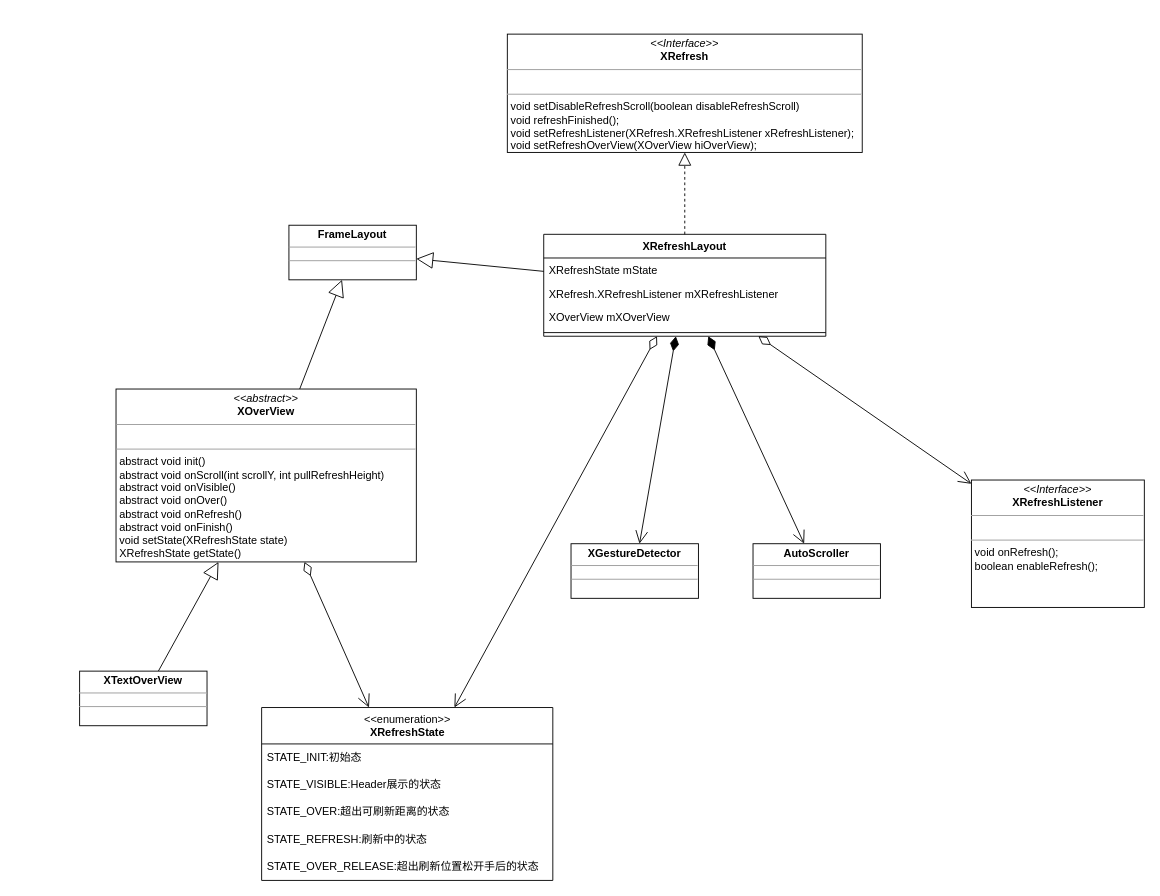
Above: XRefresh类图.drawio in ColonelDarcy2018/excelsior (draw.io), before the change. Source tidied: cells renumbered, new cells numbered last; positions are measured from the earlier drawing's top-left corner, leaving out a move shared by most shapes. Both pictures are drawn from the tidied source at 91%, with x=0, y=0 at pixel (79, 34).
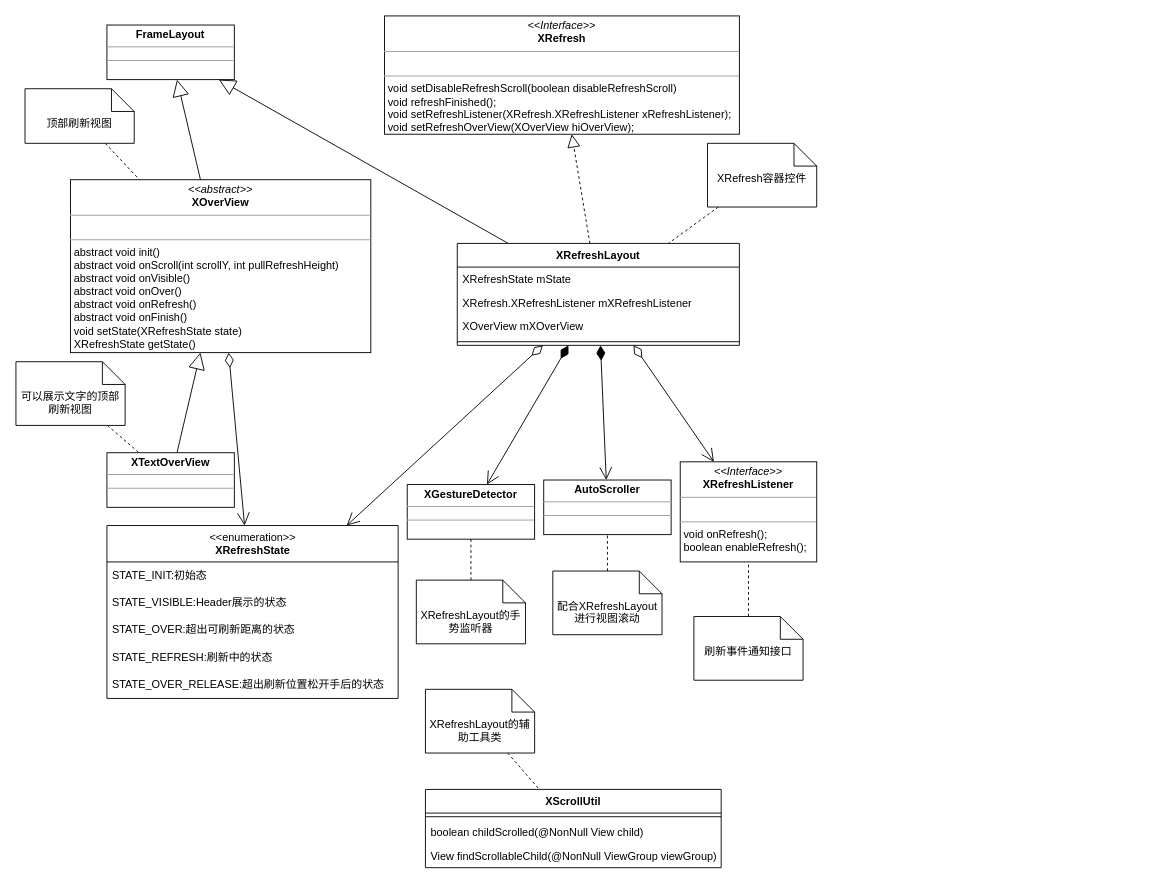
The same page after the edit.

The edit, as a diff of the source:
```diff
@@
     <mxCell id="2" value="&lt;p style=&quot;margin: 0px ; margin-top: 4px ; text-align: center&quot;&gt;&lt;i&gt;&amp;lt;&amp;lt;abstract&amp;gt;&amp;gt;&lt;/i&gt;&lt;br&gt;&lt;b&gt;XOverView&lt;/b&gt;&lt;br&gt;&lt;/p&gt;&lt;hr size=&quot;1&quot;&gt;&lt;p style=&quot;margin: 0px ; margin-left: 4px&quot;&gt;&lt;br&gt;&lt;/p&gt;&lt;hr size=&quot;1&quot;&gt;&lt;p style=&quot;margin: 0px ; margin-left: 4px&quot;&gt;abstract void init()&lt;/p&gt;&lt;p style=&quot;margin: 0px ; margin-left: 4px&quot;&gt;abstract void onScroll(int scrollY, int pullRefreshHeight)&lt;/p&gt;&lt;p style=&quot;margin: 0px ; margin-left: 4px&quot;&gt;abstract void onVisible()&lt;br&gt;&lt;/p&gt;&lt;p style=&quot;margin: 0px ; margin-left: 4px&quot;&gt;abstract void onOver()&lt;br&gt;&lt;/p&gt;&lt;p style=&quot;margin: 0px ; margin-left: 4px&quot;&gt;abstract void onRefresh()&lt;br&gt;&lt;/p&gt;&lt;p style=&quot;margin: 0px ; margin-left: 4px&quot;&gt;abstract void onFinish()&lt;br&gt;&lt;/p&gt;&lt;p style=&quot;margin: 0px ; margin-left: 4px&quot;&gt;void setState(XRefreshState state)&lt;br&gt;&lt;/p&gt;&lt;p style=&quot;margin: 0px ; margin-left: 4px&quot;&gt;XRefreshState getState()&lt;br&gt;&lt;/p&gt;&lt;p style=&quot;margin: 0px ; margin-left: 4px&quot;&gt;&lt;br&gt;&lt;/p&gt;" style="verticalAlign=top;align=left;overflow=fill;fontSize=12;fontFamily=Helvetica;html=1;" parent="1" vertex="1">
-      <mxGeometry x="40" y="390" width="330" height="190" as="geometry" />
+      <mxGeometry x="-10" y="160" width="330" height="190" as="geometry" />
     </mxCell>
@@
     <mxCell id="4" value="&amp;lt;&amp;lt;enumeration&amp;gt;&amp;gt;&lt;br&gt;&lt;b&gt;XRefreshState&lt;/b&gt;" style="swimlane;fontStyle=0;align=center;verticalAlign=top;horizontal=1;startSize=40;html=1;" parent="1" vertex="1">
-      <mxGeometry x="200" y="740" width="320" height="190" as="geometry" />
+      <mxGeometry x="30" y="540" width="320" height="190" as="geometry" />
     </mxCell>
@@
     <mxCell id="11" value="XRefreshLayout" style="swimlane;fontStyle=1;align=center;verticalAlign=top;horizontal=1;startSize=26;" parent="1" vertex="1">
-      <mxGeometry x="510" y="220" width="310" height="112" as="geometry" />
+      <mxGeometry x="415" y="230" width="310" height="112" as="geometry" />
     </mxCell>
@@
     <mxCell id="17" value="&lt;p style=&quot;margin: 0px ; margin-top: 4px ; text-align: center&quot;&gt;&lt;b&gt;XGestureDetector&lt;/b&gt;&lt;br&gt;&lt;/p&gt;&lt;hr size=&quot;1&quot;&gt;&lt;div style=&quot;height: 2px&quot;&gt;&lt;/div&gt;&lt;hr size=&quot;1&quot;&gt;&lt;div style=&quot;height: 2px&quot;&gt;&lt;/div&gt;" style="verticalAlign=top;align=left;overflow=fill;fontSize=12;fontFamily=Helvetica;html=1;" parent="1" vertex="1">
-      <mxGeometry x="540" y="560" width="140" height="60" as="geometry" />
+      <mxGeometry x="360" y="495" width="140" height="60" as="geometry" />
     </mxCell>
     <mxCell id="18" value="&lt;p style=&quot;margin: 0px ; margin-top: 4px ; text-align: center&quot;&gt;&lt;b&gt;XTextOverView&lt;/b&gt;&lt;br&gt;&lt;/p&gt;&lt;hr size=&quot;1&quot;&gt;&lt;div style=&quot;height: 2px&quot;&gt;&lt;/div&gt;&lt;hr size=&quot;1&quot;&gt;&lt;div style=&quot;height: 2px&quot;&gt;&lt;/div&gt;" style="verticalAlign=top;align=left;overflow=fill;fontSize=12;fontFamily=Helvetica;html=1;" parent="1" vertex="1">
-      <mxGeometry y="700" width="140" height="60" as="geometry" />
+      <mxGeometry x="30" y="460" width="140" height="60" as="geometry" />
     </mxCell>
@@
     <mxCell id="20" value="&lt;p style=&quot;margin: 0px ; margin-top: 4px ; text-align: center&quot;&gt;&lt;b&gt;AutoScroller&lt;/b&gt;&lt;br&gt;&lt;/p&gt;&lt;hr size=&quot;1&quot;&gt;&lt;div style=&quot;height: 2px&quot;&gt;&lt;/div&gt;&lt;hr size=&quot;1&quot;&gt;&lt;div style=&quot;height: 2px&quot;&gt;&lt;/div&gt;" style="verticalAlign=top;align=left;overflow=fill;fontSize=12;fontFamily=Helvetica;html=1;" parent="1" vertex="1">
-      <mxGeometry x="740" y="560" width="140" height="60" as="geometry" />
+      <mxGeometry x="510" y="490" width="140" height="60" as="geometry" />
     </mxCell>
@@
     <mxCell id="22" value="&lt;p style=&quot;margin: 0px ; margin-top: 4px ; text-align: center&quot;&gt;&lt;i&gt;&amp;lt;&amp;lt;Interface&amp;gt;&amp;gt;&lt;/i&gt;&lt;br&gt;&lt;b&gt;XRefreshListener&lt;/b&gt;&lt;br&gt;&lt;/p&gt;&lt;hr size=&quot;1&quot;&gt;&lt;p style=&quot;margin: 0px ; margin-left: 4px&quot;&gt;&lt;br&gt;&lt;/p&gt;&lt;hr size=&quot;1&quot;&gt;&lt;p style=&quot;margin: 0px ; margin-left: 4px&quot;&gt;void onRefresh();&lt;br&gt;boolean enableRefresh();&lt;/p&gt;" style="verticalAlign=top;align=left;overflow=fill;fontSize=12;fontFamily=Helvetica;html=1;" parent="1" vertex="1">
-      <mxGeometry x="980" y="490" width="190" height="140" as="geometry" />
+      <mxGeometry x="660" y="470" width="150" height="110" as="geometry" />
     </mxCell>
@@
     <mxCell id="24" value="&lt;p style=&quot;margin: 0px ; margin-top: 4px ; text-align: center&quot;&gt;&lt;i&gt;&amp;lt;&amp;lt;Interface&amp;gt;&amp;gt;&lt;/i&gt;&lt;br&gt;&lt;b&gt;XRefresh&lt;/b&gt;&lt;br&gt;&lt;/p&gt;&lt;hr size=&quot;1&quot;&gt;&lt;p style=&quot;margin: 0px ; margin-left: 4px&quot;&gt;&lt;br&gt;&lt;/p&gt;&lt;hr size=&quot;1&quot;&gt;&lt;p style=&quot;margin: 0px ; margin-left: 4px&quot;&gt;void setDisableRefreshScroll(boolean disableRefreshScroll)&lt;br&gt;void refreshFinished();&lt;/p&gt;&lt;p style=&quot;margin: 0px ; margin-left: 4px&quot;&gt;void setRefreshListener(XRefresh.XRefreshListener xRefreshListener);&lt;br&gt;&lt;/p&gt;&lt;p style=&quot;margin: 0px ; margin-left: 4px&quot;&gt;void setRefreshOverView(XOverView hiOverView);&lt;br&gt;&lt;/p&gt;" style="verticalAlign=top;align=left;overflow=fill;fontSize=12;fontFamily=Helvetica;html=1;" parent="1" vertex="1">
-      <mxGeometry x="470" width="390" height="130" as="geometry" />
+      <mxGeometry x="335" y="-20" width="390" height="130" as="geometry" />
     </mxCell>
@@
     <mxCell id="26" value="&lt;p style=&quot;margin: 0px ; margin-top: 4px ; text-align: center&quot;&gt;&lt;b&gt;FrameLayout&lt;/b&gt;&lt;br&gt;&lt;/p&gt;&lt;hr size=&quot;1&quot;&gt;&lt;div style=&quot;height: 2px&quot;&gt;&lt;/div&gt;&lt;hr size=&quot;1&quot;&gt;&lt;div style=&quot;height: 2px&quot;&gt;&lt;/div&gt;" style="verticalAlign=top;align=left;overflow=fill;fontSize=12;fontFamily=Helvetica;html=1;" parent="1" vertex="1">
-      <mxGeometry x="230" y="210" width="140" height="60" as="geometry" />
+      <mxGeometry x="30" y="-10" width="140" height="60" as="geometry" />
     </mxCell>
@@
+    <mxCell id="29" value="XScrollUtil" style="swimlane;fontStyle=1;align=center;verticalAlign=top;horizontal=1;startSize=26;" parent="1" vertex="1">
+      <mxGeometry x="380" y="830" width="325" height="86" as="geometry" />
+    </mxCell>
+    <mxCell id="30" style="line;strokeWidth=1;fillColor=none;align=left;verticalAlign=middle;spacingTop=-1;spacingLeft=3;spacingRight=3;labelPosition=right;" parent="29" vertex="1">
+      <mxGeometry y="26" width="325" height="8" as="geometry" />
+    </mxCell>
+    <mxCell id="31" value="boolean childScrolled(@NonNull View child)" style="text;strokeColor=none;fillColor=none;align=left;verticalAlign=top;spacingLeft=4;spacingRight=4;overflow=hidden;" parent="29" vertex="1">
+      <mxGeometry y="34" width="325" height="26" as="geometry" />
+    </mxCell>
+    <mxCell id="32" value="View findScrollableChild(@NonNull ViewGroup viewGroup)" style="text;strokeColor=none;fillColor=none;align=left;verticalAlign=top;spacingLeft=4;spacingRight=4;overflow=hidden;" parent="29" vertex="1">
+      <mxGeometry y="60" width="325" height="26" as="geometry" />
+    </mxCell>
+    <mxCell id="33" style="edgeStyle=none;rounded=0;jettySize=auto;html=1;endArrow=none;endFill=0;dashed=1;" parent="1" edge="1" source="34" target="2">
+      <mxGeometry relative="1" as="geometry" />
+    </mxCell>
+    <mxCell id="34" value="顶部刷新视图" style="shape=note2;boundedLbl=1;whiteSpace=wrap;html=1;size=25;verticalAlign=top;align=center;" parent="1" vertex="1">
+      <mxGeometry x="-60" y="60" width="120" height="60" as="geometry" />
+    </mxCell>
+    <mxCell id="35" style="edgeStyle=none;rounded=0;jettySize=auto;html=1;dashed=1;endArrow=none;endFill=0;" parent="1" edge="1" source="36" target="18">
+      <mxGeometry relative="1" as="geometry" />
+    </mxCell>
+    <mxCell id="36" value="可以展示文字的顶部刷新视图" style="shape=note2;boundedLbl=1;whiteSpace=wrap;html=1;size=25;verticalAlign=top;align=center;" parent="1" vertex="1">
+      <mxGeometry x="-70" y="360" width="120" height="70" as="geometry" />
+    </mxCell>
+    <mxCell id="37" style="edgeStyle=none;rounded=0;jettySize=auto;html=1;dashed=1;endArrow=none;endFill=0;" parent="1" edge="1" source="38" target="17">
+      <mxGeometry relative="1" as="geometry" />
+    </mxCell>
+    <mxCell id="38" value="XRefreshLayout的手势监听器" style="shape=note2;boundedLbl=1;whiteSpace=wrap;html=1;size=25;verticalAlign=top;align=center;" parent="1" vertex="1">
+      <mxGeometry x="370" y="600" width="120" height="70" as="geometry" />
+    </mxCell>
+    <mxCell id="39" style="edgeStyle=none;rounded=0;jettySize=auto;html=1;dashed=1;endArrow=none;endFill=0;" parent="1" edge="1" source="40" target="11">
+      <mxGeometry relative="1" as="geometry" />
+    </mxCell>
+    <mxCell id="40" value="XRefresh容器控件" style="shape=note2;boundedLbl=1;whiteSpace=wrap;html=1;size=25;verticalAlign=top;align=center;" parent="1" vertex="1">
+      <mxGeometry x="690" y="120" width="120" height="70" as="geometry" />
+    </mxCell>
+    <mxCell id="41" style="edgeStyle=none;rounded=0;jettySize=auto;html=1;dashed=1;endArrow=none;endFill=0;" parent="1" edge="1" source="42" target="20">
+      <mxGeometry relative="1" as="geometry" />
+    </mxCell>
+    <mxCell id="42" value="配合XRefreshLayout进行视图滚动" style="shape=note2;boundedLbl=1;whiteSpace=wrap;html=1;size=25;verticalAlign=top;align=center;" parent="1" vertex="1">
+      <mxGeometry x="520" y="590" width="120" height="70" as="geometry" />
+    </mxCell>
+    <mxCell id="43" style="edgeStyle=none;rounded=0;jettySize=auto;html=1;dashed=1;endArrow=none;endFill=0;" parent="1" edge="1" source="44" target="22">
+      <mxGeometry relative="1" as="geometry" />
+    </mxCell>
+    <mxCell id="44" value="刷新事件通知接口" style="shape=note2;boundedLbl=1;whiteSpace=wrap;html=1;size=25;verticalAlign=top;align=center;" parent="1" vertex="1">
+      <mxGeometry x="675" y="640" width="120" height="70" as="geometry" />
+    </mxCell>
+    <mxCell id="45" style="edgeStyle=none;rounded=0;jettySize=auto;html=1;dashed=1;endArrow=none;endFill=0;" parent="1" edge="1" source="46" target="29">
+      <mxGeometry relative="1" as="geometry" />
+    </mxCell>
+    <mxCell id="46" value="XRefreshLayout的辅助工具类" style="shape=note2;boundedLbl=1;whiteSpace=wrap;html=1;size=25;verticalAlign=top;align=center;" parent="1" vertex="1">
+      <mxGeometry x="380" y="720" width="120" height="70" as="geometry" />
+    </mxCell>
```
